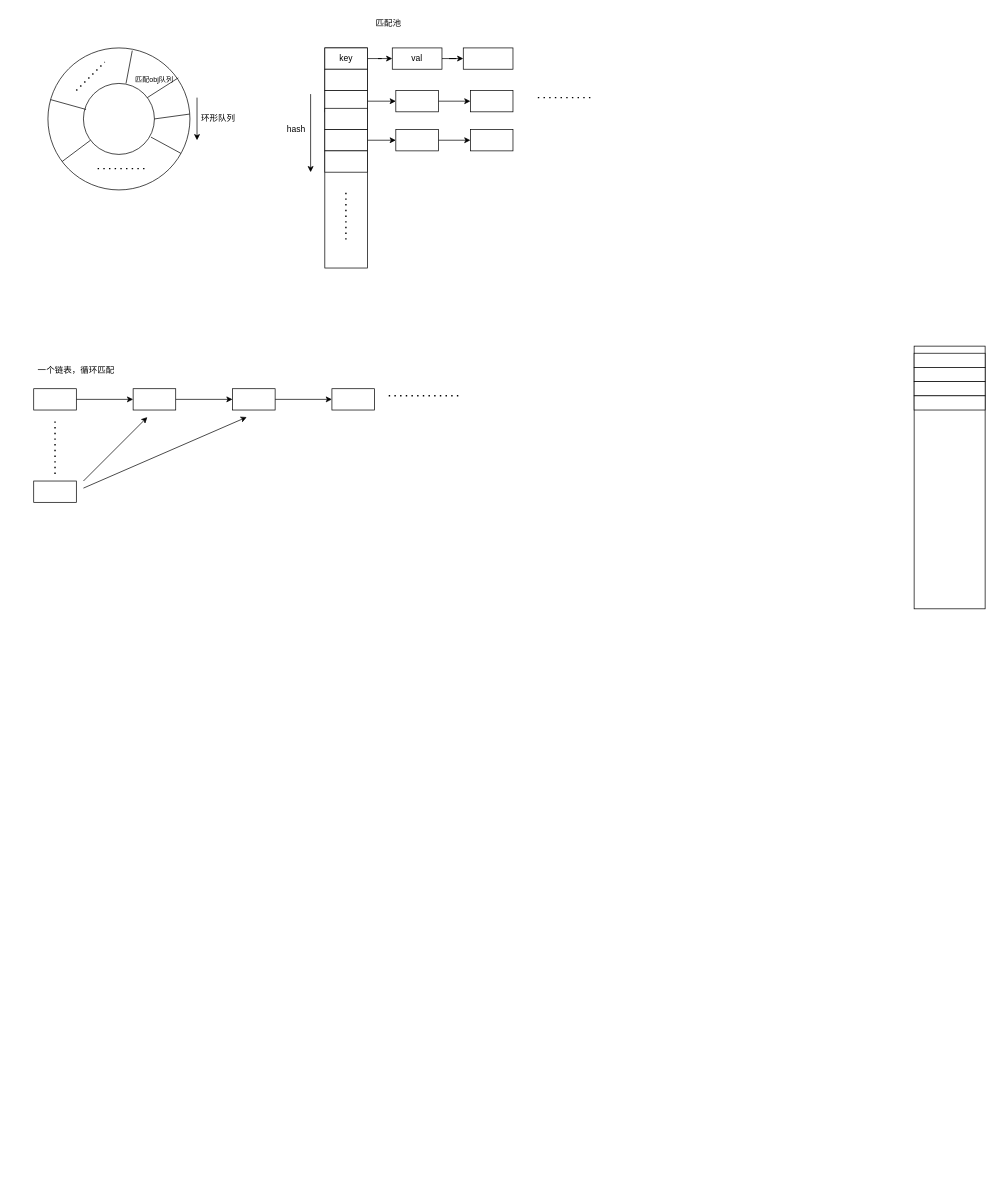
The draw.io diagram 匹配服务.drawio in junpfeng/UE, before the edit. Source tidied: cells renumbered, new cells numbered last; positions are measured from the earlier drawing's top-left corner, leaving out a move shared by most shapes. Both pictures are drawn from the tidied source at 71%, with x=0, y=0 at pixel (26, 12).
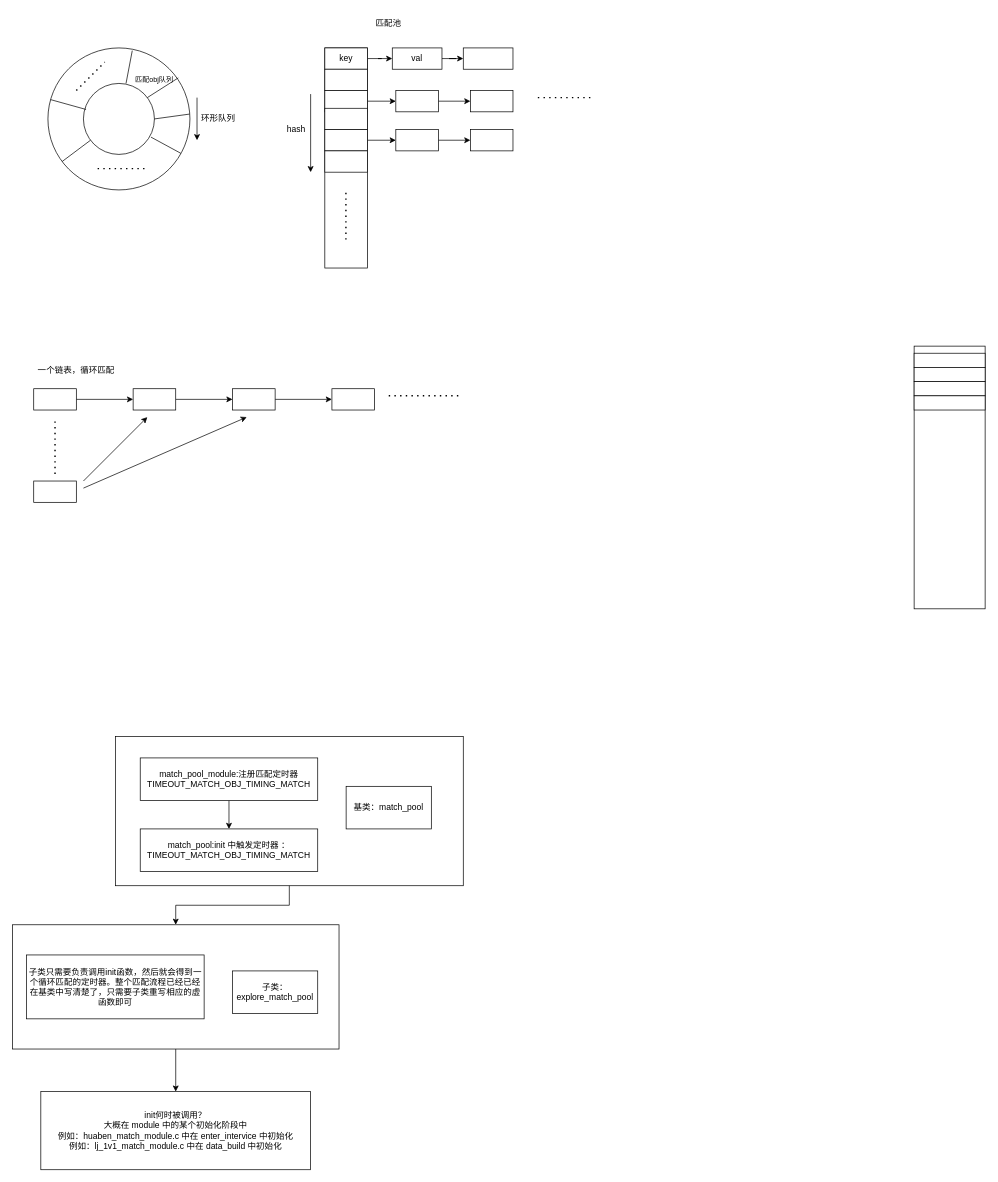
Above is the later version.

Commit message:
更新匹配服务.drawio

Change to the diagram source:
```diff
@@
+    <mxCell id="57" style="edgeStyle=orthogonalEdgeStyle;rounded=0;jettySize=auto;html=1;" parent="1" edge="1" source="58" target="61">
+      <mxGeometry relative="1" as="geometry" />
+    </mxCell>
+    <mxCell id="58" value="match_pool_module:注册匹配定时器TIMEOUT_MATCH_OBJ_TIMING_MATCH" style="rounded=0;whiteSpace=wrap;html=1;" parent="1" vertex="1">
+      <mxGeometry x="160" y="1050" width="250" height="60" as="geometry" />
+    </mxCell>
+    <mxCell id="59" style="edgeStyle=orthogonalEdgeStyle;rounded=0;jettySize=auto;html=1;exitX=0.5;exitY=1;exitDx=0;exitDy=0;" parent="1" edge="1" source="60" target="64">
+      <mxGeometry relative="1" as="geometry" />
+    </mxCell>
+    <mxCell id="60" style="rounded=0;whiteSpace=wrap;html=1;fillColor=none;" parent="1" vertex="1">
+      <mxGeometry x="125" y="1020" width="490" height="210" as="geometry" />
+    </mxCell>
+    <mxCell id="61" value="match_pool:init 中触发定时器 ：TIMEOUT_MATCH_OBJ_TIMING_MATCH" style="rounded=0;whiteSpace=wrap;html=1;" parent="1" vertex="1">
+      <mxGeometry x="160" y="1150" width="250" height="60" as="geometry" />
+    </mxCell>
+    <mxCell id="62" value="基类：match_pool" style="rounded=0;whiteSpace=wrap;html=1;" parent="1" vertex="1">
+      <mxGeometry x="450" y="1090" width="120" height="60" as="geometry" />
+    </mxCell>
+    <mxCell id="63" style="edgeStyle=orthogonalEdgeStyle;rounded=0;jettySize=auto;html=1;" parent="1" edge="1" source="64" target="67">
+      <mxGeometry relative="1" as="geometry" />
+    </mxCell>
+    <mxCell id="64" style="rounded=0;whiteSpace=wrap;html=1;" parent="1" vertex="1">
+      <mxGeometry x="-20" y="1285" width="460" height="175" as="geometry" />
+    </mxCell>
+    <mxCell id="65" value="子类：explore_match_pool" style="rounded=0;whiteSpace=wrap;html=1;" parent="1" vertex="1">
+      <mxGeometry x="290" y="1350" width="120" height="60" as="geometry" />
+    </mxCell>
+    <mxCell id="66" value="子类只需要负责调用init函数，然后就会得到一个循环匹配的定时器。整个匹配流程已经已经在基类中写清楚了，只需要子类重写相应的虚函数即可" style="rounded=0;whiteSpace=wrap;html=1;" parent="1" vertex="1">
+      <mxGeometry y="1327.5" width="250" height="90" as="geometry" />
+    </mxCell>
+    <mxCell id="67" value="init何时被调用？&lt;br&gt;大概在 module 中的某个初始化阶段中&lt;br&gt;例如：huaben_match_module.c 中在 enter_intervice 中初始化&lt;br&gt;例如：lj_1v1_match_module.c 中在 data_build 中初始化" style="rounded=0;whiteSpace=wrap;html=1;" parent="1" vertex="1">
+      <mxGeometry x="20" y="1520" width="380" height="110" as="geometry" />
+    </mxCell>
```
